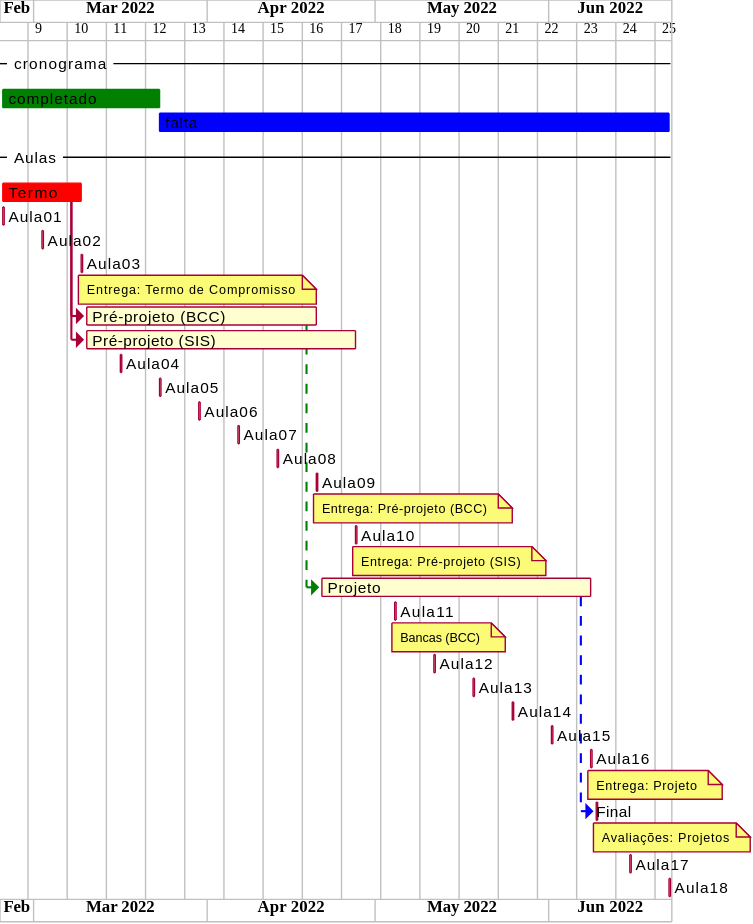
The PlantUML diagram cronograma.svg in dalton-reis/disciplina_TCC1_Privado, before a commit.
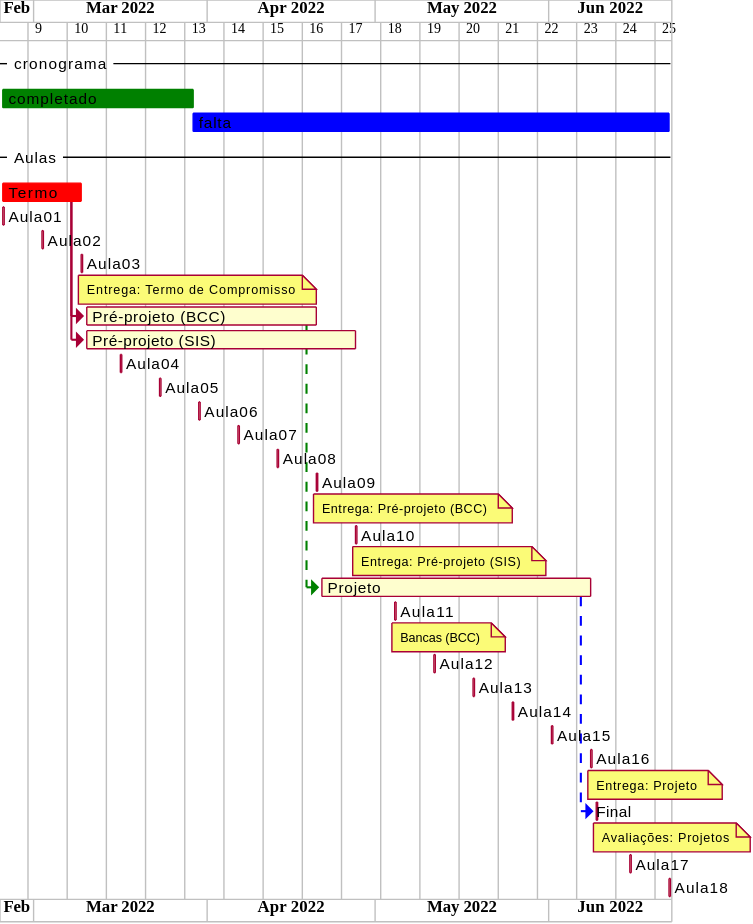
The same file after the commit.

What changed in the source:
```diff
@@ -6,8 +6,8 @@
 
 -- cronograma --
 [completado] is colored in green
-[completado] starts 2022-02-23 and ends 2022-03-23
-[falta] starts 2022-03-23 and ends 2022-06-22
+[completado] starts 2022-02-23 and ends 2022-03-29
+[falta] starts 2022-03-29 and ends 2022-06-22
 [falta] is colored in blue
 
 -- Aulas --
```
